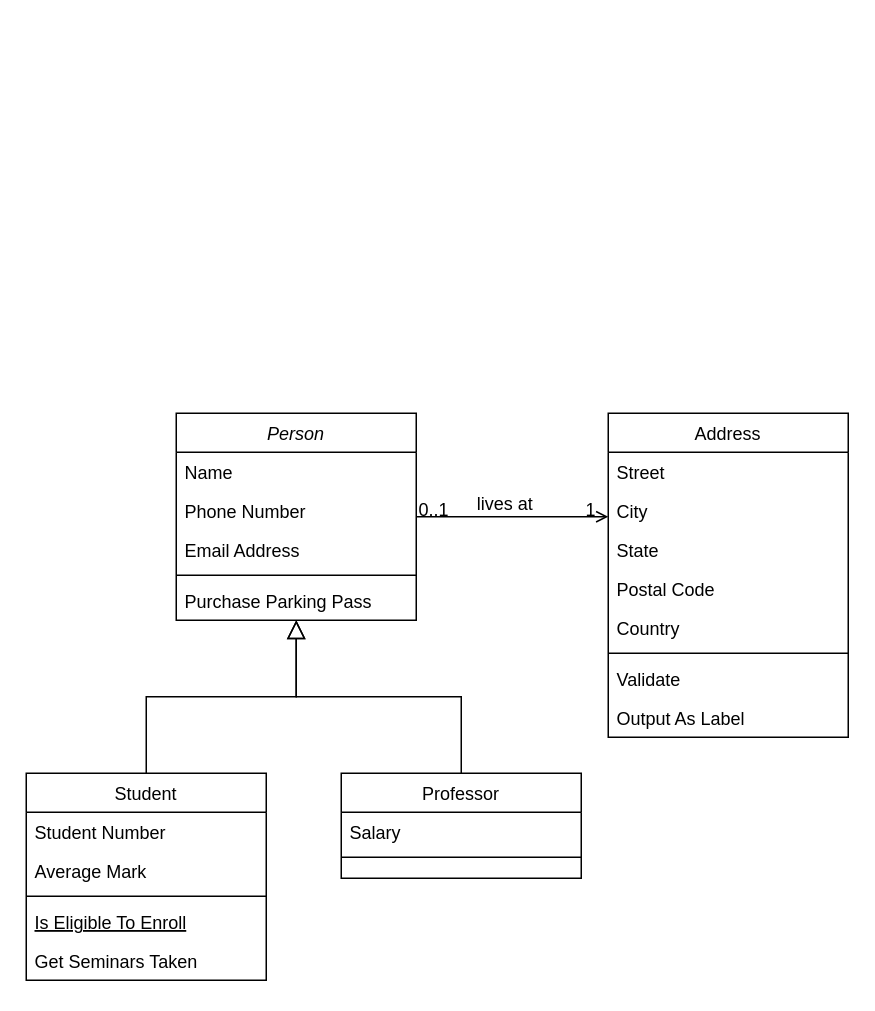
The draw.io diagram src/Untitled Diagram.drawio in Ahranah/vue-skeleton, before the edit. Source tidied: cells renumbered, new cells numbered last; positions are measured from the earlier drawing's top-left corner, leaving out a move shared by most shapes. Both pictures are drawn from the tidied source at 150%, with x=0, y=0 at pixel (26, 412).
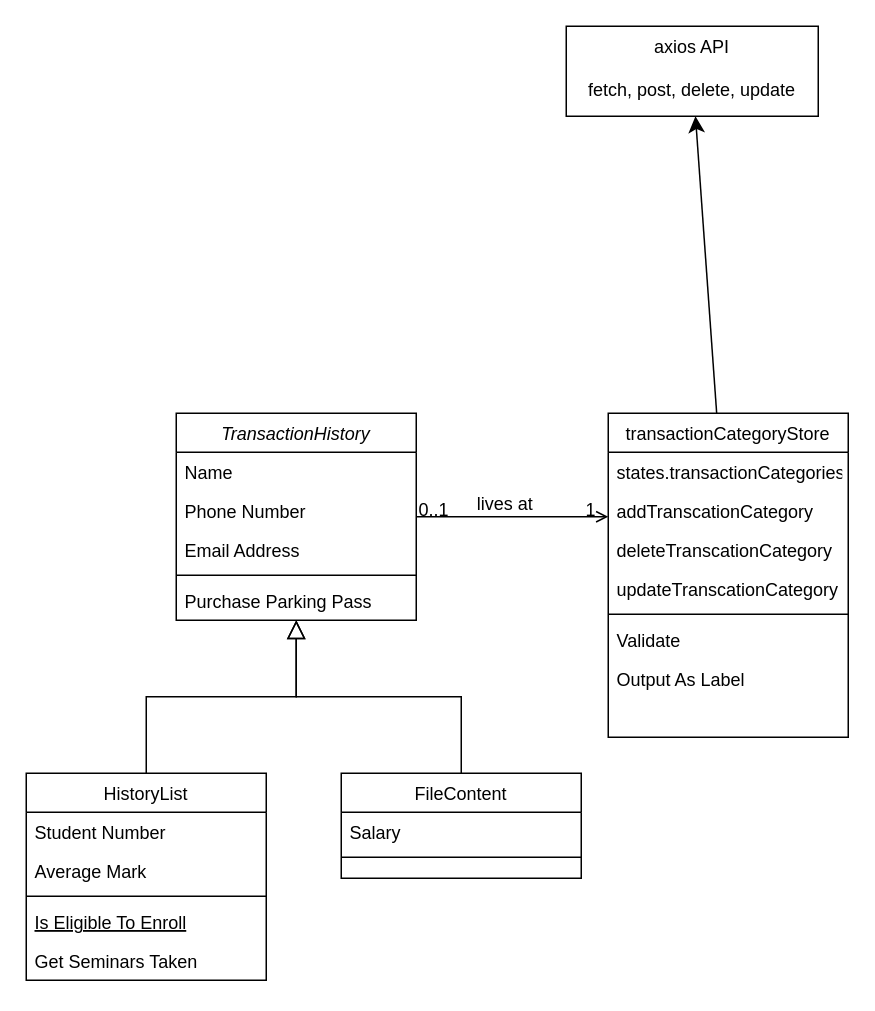
The same page after the edit.

Change to the diagram source:
```diff
@@
-    <mxCell id="2" value="Person" style="swimlane;fontStyle=2;align=center;verticalAlign=top;horizontal=1;startSize=26;rounded=0;shadow=0;strokeWidth=1;" parent="1" vertex="1">
+    <mxCell id="2" value="TransactionHistory" style="swimlane;fontStyle=2;align=center;verticalAlign=top;horizontal=1;startSize=26;rounded=0;shadow=0;strokeWidth=1;" parent="1" vertex="1">
       <mxGeometry x="100" width="160" height="138" as="geometry" />
     </mxCell>
@@
-    <mxCell id="8" value="Student" style="swimlane;fontStyle=0;align=center;verticalAlign=top;horizontal=1;startSize=26;rounded=0;shadow=0;strokeWidth=1;" parent="1" vertex="1">
+    <mxCell id="8" value="HistoryList" style="swimlane;fontStyle=0;align=center;verticalAlign=top;horizontal=1;startSize=26;rounded=0;shadow=0;strokeWidth=1;" parent="1" vertex="1">
       <mxGeometry y="240" width="160" height="138" as="geometry" />
     </mxCell>
@@
-    <mxCell id="15" value="Professor" style="swimlane;fontStyle=0;align=center;verticalAlign=top;horizontal=1;startSize=26;rounded=0;shadow=0;strokeWidth=1;" parent="1" vertex="1">
+    <mxCell id="15" value="FileContent" style="swimlane;fontStyle=0;align=center;verticalAlign=top;horizontal=1;startSize=26;rounded=0;shadow=0;strokeWidth=1;" parent="1" vertex="1">
       <mxGeometry x="210" y="240" width="160" height="70" as="geometry" />
     </mxCell>
@@
+    <mxCell id="32" style="edgeStyle=none;curved=1;rounded=0;jettySize=auto;html=1;fontSize=12;startSize=8;endSize=8;" parent="1" edge="1" source="19" target="33">
+      <mxGeometry relative="1" as="geometry" />
+    </mxCell>
-    <mxCell id="19" value="Address" style="swimlane;fontStyle=0;align=center;verticalAlign=top;horizontal=1;startSize=26;rounded=0;shadow=0;strokeWidth=1;" parent="1" vertex="1">
+    <mxCell id="19" value="transactionCategoryStore" style="swimlane;fontStyle=0;align=center;verticalAlign=top;horizontal=1;startSize=26;rounded=0;shadow=0;strokeWidth=1;" parent="1" vertex="1">
       <mxGeometry x="388" width="160" height="216" as="geometry" />
     </mxCell>
-    <mxCell id="20" value="Street" style="text;align=left;verticalAlign=top;spacingLeft=4;spacingRight=4;overflow=hidden;" parent="19" vertex="1">
+    <mxCell id="20" value="states.transactionCategories" style="text;align=left;verticalAlign=top;spacingLeft=4;spacingRight=4;overflow=hidden;" parent="19" vertex="1">
       <mxGeometry y="26" width="160" height="26" as="geometry" />
     </mxCell>
-    <mxCell id="21" value="City" style="text;align=left;verticalAlign=top;spacingLeft=4;spacingRight=4;overflow=hidden;rounded=0;shadow=0;html=0;" parent="19" vertex="1">
+    <mxCell id="21" value="addTranscationCategory" style="text;align=left;verticalAlign=top;spacingLeft=4;spacingRight=4;overflow=hidden;rounded=0;shadow=0;html=0;" parent="19" vertex="1">
       <mxGeometry y="52" width="160" height="26" as="geometry" />
     </mxCell>
-    <mxCell id="22" value="State" style="text;align=left;verticalAlign=top;spacingLeft=4;spacingRight=4;overflow=hidden;rounded=0;shadow=0;html=0;" parent="19" vertex="1">
+    <mxCell id="22" value="deleteTranscationCategory" style="text;align=left;verticalAlign=top;spacingLeft=4;spacingRight=4;overflow=hidden;rounded=0;shadow=0;html=0;" parent="19" vertex="1">
       <mxGeometry y="78" width="160" height="26" as="geometry" />
     </mxCell>
-    <mxCell id="23" value="Postal Code" style="text;align=left;verticalAlign=top;spacingLeft=4;spacingRight=4;overflow=hidden;rounded=0;shadow=0;html=0;" parent="19" vertex="1">
+    <mxCell id="23" value="updateTranscationCategory" style="text;align=left;verticalAlign=top;spacingLeft=4;spacingRight=4;overflow=hidden;rounded=0;shadow=0;html=0;" parent="19" vertex="1">
       <mxGeometry y="104" width="160" height="26" as="geometry" />
     </mxCell>
-    <mxCell id="24" value="Country" style="text;align=left;verticalAlign=top;spacingLeft=4;spacingRight=4;overflow=hidden;rounded=0;shadow=0;html=0;" parent="19" vertex="1">
-      <mxGeometry y="130" width="160" height="26" as="geometry" />
-    </mxCell>
     <mxCell id="25" style="line;html=1;strokeWidth=1;align=left;verticalAlign=middle;spacingTop=-1;spacingLeft=3;spacingRight=3;labelPosition=right;" parent="19" vertex="1">
-      <mxGeometry y="156" width="160" height="8" as="geometry" />
+      <mxGeometry y="130" width="160" height="8" as="geometry" />
     </mxCell>
     <mxCell id="26" value="Validate" style="text;align=left;verticalAlign=top;spacingLeft=4;spacingRight=4;overflow=hidden;" parent="19" vertex="1">
-      <mxGeometry y="164" width="160" height="26" as="geometry" />
+      <mxGeometry y="138" width="160" height="26" as="geometry" />
     </mxCell>
     <mxCell id="27" value="Output As Label" style="text;align=left;verticalAlign=top;spacingLeft=4;spacingRight=4;overflow=hidden;" parent="19" vertex="1">
-      <mxGeometry y="190" width="160" height="26" as="geometry" />
+      <mxGeometry y="164" width="160" height="26" as="geometry" />
     </mxCell>
@@
+    <mxCell id="33" value="axios API&lt;div&gt;&lt;br&gt;&lt;div&gt;fetch, post, delete, update&lt;/div&gt;&lt;/div&gt;" style="whiteSpace=wrap;html=1;verticalAlign=top;fontStyle=0;startSize=26;horizontal=1;rounded=0;shadow=0;strokeWidth=1;" parent="1" vertex="1">
+      <mxGeometry x="360" y="-258" width="168" height="60" as="geometry" />
+    </mxCell>
```
